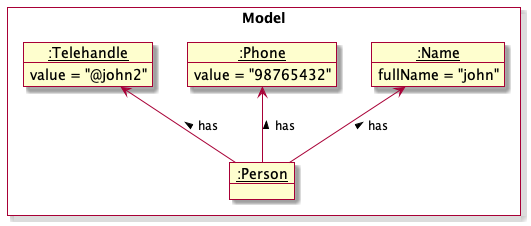
The PlantUML diagram docs/images/TelehandleObjectDiagram.png in tanteckfang/tp, before a commit. Source of this version:
```plantuml
@startuml
skin rose
skinparam ActivityFontSize 15
skinparam ArrowFontSize 12

package Model <<Rectangle>>{
    Object "<u>:Person" as Person {

    }

    Object "<u>:Name" as Name {
        fullName = "john"
    }
    Object "<u>:Phone" as Phone {
        value = "98765432"
    }
    Object "<u>:Telehandle" as Telehandle {
        value = "@john2"
    }
}

Name <-- Person : has <
Phone <-- Person : has <
Telehandle <-- Person : has <

@enduml
```
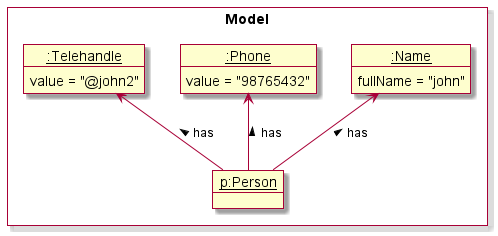
Above is the later version.

Commit message:
Update DG on the implementation of telehandle and various diagrams

The edit, as a diff of the source:
```diff
@@ -4,7 +4,7 @@
 skinparam ArrowFontSize 12
 
 package Model <<Rectangle>>{
-    Object "<u>:Person" as Person {
+    Object "<u>p:Person" as Person {
 
     }
 
```
